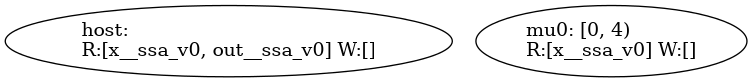
Servyi-Agent/pypto-symir keeps this Graphviz diagram as out/range_carry_post.png. Above is the earlier version. Its source is kept beside it as out/range_carry_post.dot.
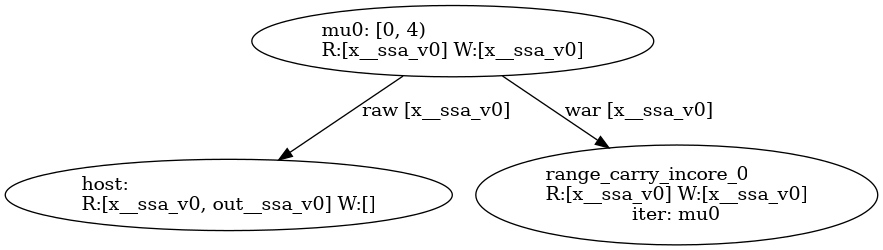
The same file after the commit.

Change to the diagram source:
```diff
@@ -1,4 +1,7 @@
 digraph {
     0 [ label = "host:\lR:[x__ssa_v0, out__ssa_v0] W:[]" ]
-    1 [ label = "mu0: [0, 4)\lR:[x__ssa_v0] W:[]" ]
+    1 [ label = "mu0: [0, 4)\lR:[x__ssa_v0] W:[x__ssa_v0]" ]
+    2 [ label = "range_carry_incore_0\lR:[x__ssa_v0] W:[x__ssa_v0]\liter: mu0" ]
+    1 -> 2 [ label = "war [x__ssa_v0]" ]
+    1 -> 0 [ label = "raw [x__ssa_v0]" ]
 }
```
